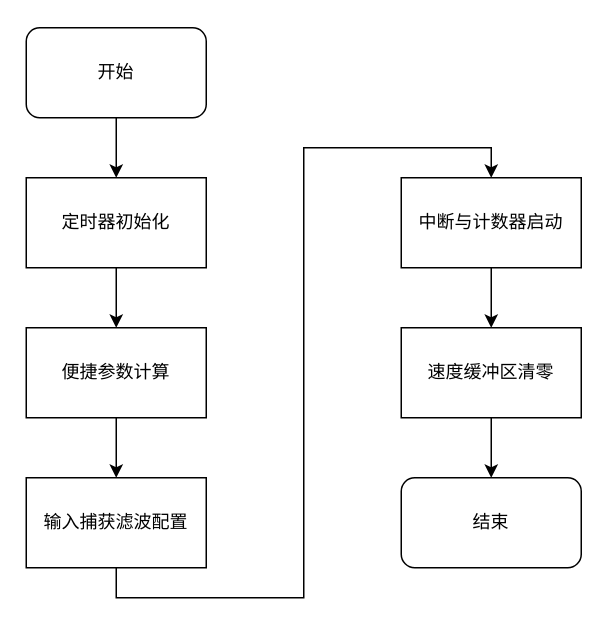
Before: page "第 9 页" (9 of 12) of FOC电流环.drawio in songruidong/draw.io, a draw.io diagram. Source tidied: cells renumbered, new cells numbered last; positions are measured from the earlier drawing's top-left corner, leaving out a move shared by most shapes. Both pictures are drawn from the tidied source at 150%, with x=0, y=0 at pixel (26, 27).
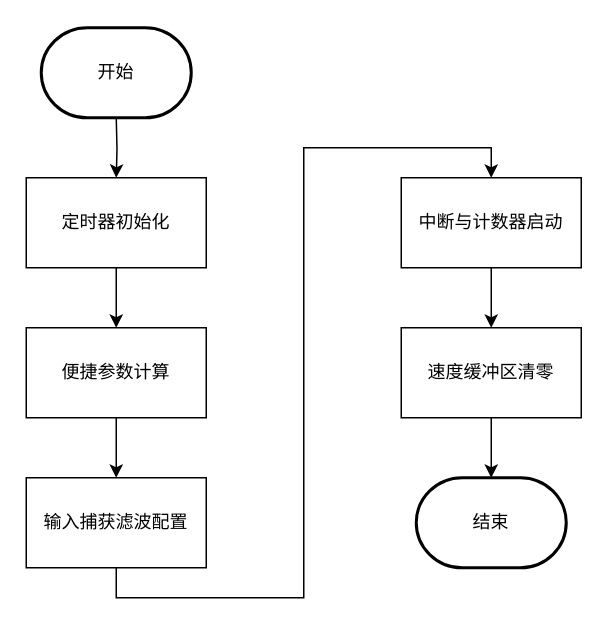
Above is the later version.

The edit, as a diff of the source:
```diff
@@
 <mxGraphModel>
   <root>
     <mxCell id="0" />
     <mxCell id="1" parent="0" />
-    <mxCell id="2" style="edgeStyle=orthogonalEdgeStyle;rounded=0;jettySize=auto;html=1;" parent="1" edge="1" source="3" target="5">
-      <mxGeometry relative="1" as="geometry" />
+    <mxCell id="2" style="edgeStyle=orthogonalEdgeStyle;rounded=0;jettySize=auto;html=1;" parent="1" edge="1" target="5">
+      <mxGeometry relative="1" as="geometry">
+        <mxPoint x="60" y="60" as="sourcePoint" />
+      </mxGeometry>
     </mxCell>
-    <mxCell id="3" value="开始" style="rounded=1;whiteSpace=wrap;html=1;" parent="1" vertex="1">
-      <mxGeometry width="120" height="60" as="geometry" />
-    </mxCell>
     <mxCell id="4" style="edgeStyle=orthogonalEdgeStyle;rounded=0;jettySize=auto;html=1;" parent="1" edge="1" source="5" target="7">
       <mxGeometry relative="1" as="geometry" />
     </mxCell>
     <mxCell id="5" value="定时器初始化" style="rounded=0;whiteSpace=wrap;html=1;" parent="1" vertex="1">
       <mxGeometry y="100" width="120" height="60" as="geometry" />
     </mxCell>
     <mxCell id="6" style="edgeStyle=orthogonalEdgeStyle;rounded=0;jettySize=auto;html=1;" parent="1" edge="1" source="7" target="9">
       <mxGeometry relative="1" as="geometry" />
     </mxCell>
     <mxCell id="7" value="便捷参数计算" style="rounded=0;whiteSpace=wrap;html=1;" parent="1" vertex="1">
       <mxGeometry y="200" width="120" height="60" as="geometry" />
     </mxCell>
     <mxCell id="8" style="edgeStyle=orthogonalEdgeStyle;rounded=0;jettySize=auto;html=1;exitX=0.5;exitY=1;exitDx=0;exitDy=0;entryX=0.5;entryY=0;entryDx=0;entryDy=0;" parent="1" edge="1" source="9" target="11">
       <mxGeometry relative="1" as="geometry" />
     </mxCell>
     <mxCell id="9" value="输入捕获滤波配置" style="rounded=0;whiteSpace=wrap;html=1;" parent="1" vertex="1">
       <mxGeometry y="300" width="120" height="60" as="geometry" />
     </mxCell>
     <mxCell id="10" style="edgeStyle=orthogonalEdgeStyle;rounded=0;jettySize=auto;html=1;exitX=0.5;exitY=1;exitDx=0;exitDy=0;entryX=0.5;entryY=0;entryDx=0;entryDy=0;" parent="1" edge="1" source="11" target="13">
       <mxGeometry relative="1" as="geometry" />
     </mxCell>
     <mxCell id="11" value="中断与计数器启动" style="rounded=0;whiteSpace=wrap;html=1;" parent="1" vertex="1">
       <mxGeometry x="250" y="100" width="120" height="60" as="geometry" />
     </mxCell>
-    <mxCell id="12" style="edgeStyle=orthogonalEdgeStyle;rounded=0;jettySize=auto;html=1;exitX=0.5;exitY=1;exitDx=0;exitDy=0;" parent="1" edge="1" source="13" target="14">
-      <mxGeometry relative="1" as="geometry" />
+    <mxCell id="12" style="edgeStyle=orthogonalEdgeStyle;rounded=0;jettySize=auto;html=1;exitX=0.5;exitY=1;exitDx=0;exitDy=0;" parent="1" edge="1" source="13">
+      <mxGeometry relative="1" as="geometry">
+        <mxPoint x="310" y="300" as="targetPoint" />
+      </mxGeometry>
     </mxCell>
     <mxCell id="13" value="速度缓冲区清零" style="rounded=0;whiteSpace=wrap;html=1;" parent="1" vertex="1">
       <mxGeometry x="250" y="200" width="120" height="60" as="geometry" />
     </mxCell>
+    <mxCell id="3" value="开始" style="strokeWidth=2;html=1;shape=mxgraph.flowchart.terminator;whiteSpace=wrap;" parent="1" vertex="1">
+      <mxGeometry x="10" width="100" height="60" as="geometry" />
+    </mxCell>
-    <mxCell id="14" value="结束" style="rounded=1;whiteSpace=wrap;html=1;" parent="1" vertex="1">
-      <mxGeometry x="250" y="300" width="120" height="60" as="geometry" />
+    <mxCell id="14" value="结束" style="strokeWidth=2;html=1;shape=mxgraph.flowchart.terminator;whiteSpace=wrap;" parent="1" vertex="1">
+      <mxGeometry x="260" y="300" width="100" height="60" as="geometry" />
     </mxCell>
   </root>
 </mxGraphModel>
```
